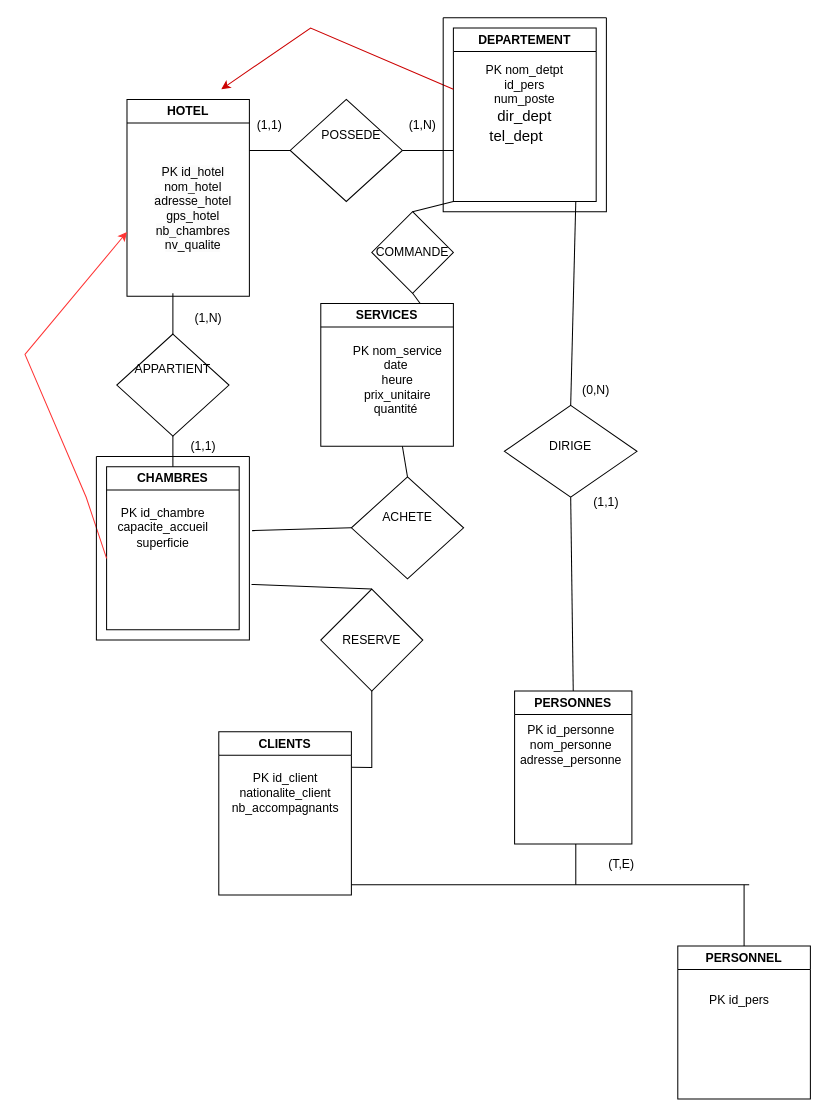
Before: Diagramme sans nom.drawio in lenny-vergerolle/lennyverg, a draw.io diagram. Source tidied: cells renumbered, new cells numbered last; positions are measured from the earlier drawing's top-left corner, leaving out a move shared by most shapes. Both pictures are drawn from the tidied source at 102%, with x=0, y=0 at pixel (24, 17).
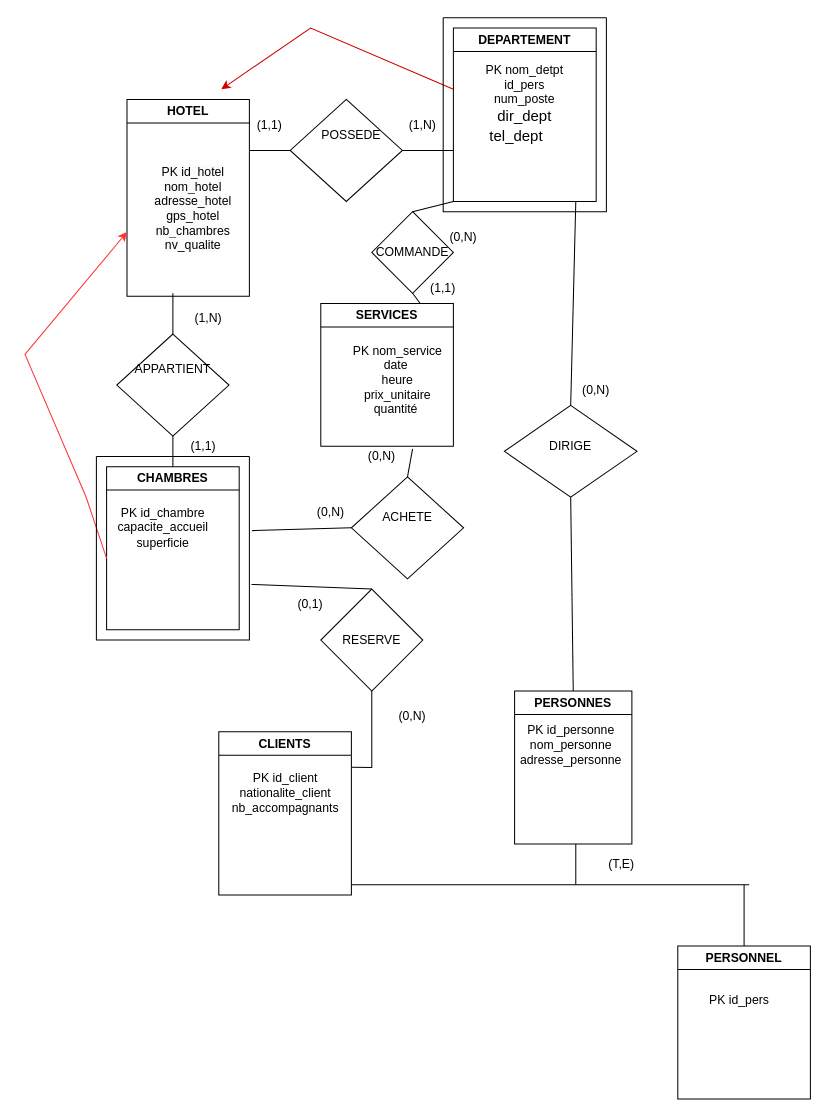
Above is the later version.

Commit message (it also covers changes not shown here):
Mettre à jour Diagramme sans nom.drawio

Unchanged cells that the change refers to:
```xml
<mxCell id="48" style="rhombus;whiteSpace=wrap;html=1;" parent="1" vertex="1">
  <mxGeometry x="320" y="450" width="110" height="100" as="geometry" />
</mxCell>
```

The edit, as a diff of the source:
```diff
@@
-    <mxCell id="38" value="(1,1)" style="text;html=1;strokeColor=none;fillColor=none;align=center;verticalAlign=middle;whiteSpace=wrap;rounded=0;" parent="1" vertex="1">
-      <mxGeometry x="540" y="460" width="60" height="30" as="geometry" />
-    </mxCell>
@@
-    <mxCell id="50" style="endArrow=none;html=1;rounded=0;exitX=0.5;exitY=0;exitDx=0;exitDy=0;" parent="1" edge="1" source="48">
-      <mxGeometry relative="1" as="geometry">
-        <mxPoint x="370" y="420" as="targetPoint" />
-      </mxGeometry>
-    </mxCell>
@@
+    <mxCell id="53" value="(0,N)" style="text;html=1;strokeColor=none;fillColor=none;align=center;verticalAlign=middle;whiteSpace=wrap;rounded=0;" parent="1" vertex="1">
+      <mxGeometry x="350" y="670" width="60" height="30" as="geometry" />
+    </mxCell>
+    <mxCell id="54" value="(0,1)" style="text;html=1;strokeColor=none;fillColor=none;align=center;verticalAlign=middle;whiteSpace=wrap;rounded=0;" parent="1" vertex="1">
+      <mxGeometry x="250" y="560" width="60" height="30" as="geometry" />
+    </mxCell>
+    <mxCell id="55" value="(0,N)" style="text;html=1;strokeColor=none;fillColor=none;align=center;verticalAlign=middle;whiteSpace=wrap;rounded=0;" parent="1" vertex="1">
+      <mxGeometry x="270" y="470" width="60" height="30" as="geometry" />
+    </mxCell>
+    <mxCell id="56" value="(0,N)" style="text;html=1;strokeColor=none;fillColor=none;align=center;verticalAlign=middle;whiteSpace=wrap;rounded=0;" parent="1" vertex="1">
+      <mxGeometry x="320" y="415" width="60" height="30" as="geometry" />
+    </mxCell>
+    <mxCell id="57" style="endArrow=none;html=1;rounded=0;entryX=1;entryY=0.25;entryDx=0;entryDy=0;exitX=0.5;exitY=0;exitDx=0;exitDy=0;" parent="1" edge="1" source="48" target="56">
+      <mxGeometry relative="1" as="geometry" />
+    </mxCell>
+    <mxCell id="38" value="(1,1)" style="text;html=1;strokeColor=none;fillColor=none;align=center;verticalAlign=middle;whiteSpace=wrap;rounded=0;" parent="1" vertex="1">
+      <mxGeometry x="380" y="250" width="60" height="30" as="geometry" />
+    </mxCell>
+    <mxCell id="58" value="(0,N)" style="text;html=1;strokeColor=none;fillColor=none;align=center;verticalAlign=middle;whiteSpace=wrap;rounded=0;" parent="1" vertex="1">
+      <mxGeometry x="400" y="200" width="60" height="30" as="geometry" />
+    </mxCell>
```
